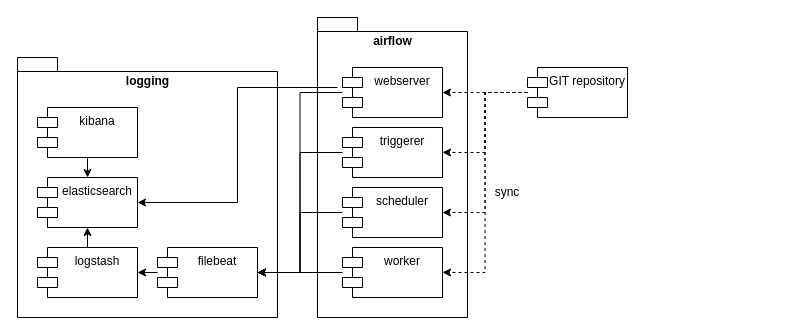
wmeints/mlops-airflow-sample keeps this draw.io diagram as diagrams/deployment-architecture.drawio. Above is the earlier version. Source tidied: cells renumbered, new cells numbered last; positions are measured from the earlier drawing's top-left corner, leaving out a move shared by most shapes. Both pictures are drawn from the tidied source at 100%, with x=0, y=0 at pixel (17, 17).
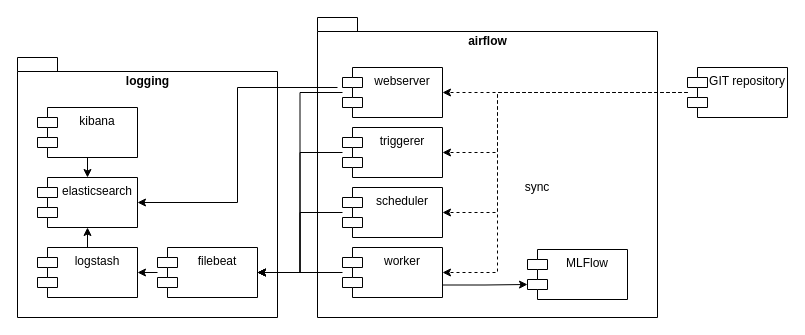
Above is the later version.

Commit message (it also covers changes not shown here):
chore: Update deployment diagram

The change refers to these unchanged cells:
```xml
<mxCell id="9" value="scheduler" style="shape=module;align=left;spacingLeft=20;align=center;verticalAlign=top;" parent="1" vertex="1">
  <mxGeometry x="325" y="170" width="100" height="50" as="geometry" />
</mxCell>
<mxCell id="11" value="triggerer" style="shape=module;align=left;spacingLeft=20;align=center;verticalAlign=top;" parent="1" vertex="1">
  <mxGeometry x="325" y="110" width="100" height="50" as="geometry" />
</mxCell>
<mxCell id="13" value="worker" style="shape=module;align=left;spacingLeft=20;align=center;verticalAlign=top;" parent="1" vertex="1">
  <mxGeometry x="325" y="230" width="100" height="50" as="geometry" />
</mxCell>
```

Change to the diagram source:
```diff
@@
     <mxCell id="7" value="airflow" style="shape=folder;fontStyle=1;spacingTop=10;tabWidth=40;tabHeight=14;tabPosition=left;html=1;horizontal=1;verticalAlign=top;" parent="1" vertex="1">
-      <mxGeometry x="300" width="150" height="300" as="geometry" />
+      <mxGeometry x="300" width="340" height="300" as="geometry" />
     </mxCell>
@@
+    <mxCell id="26" style="edgeStyle=orthogonalEdgeStyle;rounded=0;jettySize=auto;html=1;entryX=0;entryY=0;entryDx=0;entryDy=35;entryPerimeter=0;exitX=1;exitY=0.75;exitDx=0;exitDy=0;" parent="1" edge="1" source="13" target="27">
+      <mxGeometry relative="1" as="geometry" />
+    </mxCell>
@@
     <mxCell id="21" style="edgeStyle=orthogonalEdgeStyle;rounded=0;jettySize=auto;html=1;entryX=1;entryY=0.5;entryDx=0;entryDy=0;dashed=1;" parent="1" edge="1" source="24" target="11">
-      <mxGeometry relative="1" as="geometry" />
+      <mxGeometry relative="1" as="geometry">
+        <Array as="points">
+          <mxPoint x="480" y="75" />
+          <mxPoint x="480" y="135" />
+        </Array>
+      </mxGeometry>
     </mxCell>
     <mxCell id="22" style="edgeStyle=orthogonalEdgeStyle;rounded=0;jettySize=auto;html=1;entryX=1;entryY=0.5;entryDx=0;entryDy=0;dashed=1;" parent="1" edge="1" source="24" target="9">
-      <mxGeometry relative="1" as="geometry" />
+      <mxGeometry relative="1" as="geometry">
+        <Array as="points">
+          <mxPoint x="480" y="75" />
+          <mxPoint x="480" y="195" />
+        </Array>
+      </mxGeometry>
     </mxCell>
     <mxCell id="23" style="edgeStyle=orthogonalEdgeStyle;rounded=0;jettySize=auto;html=1;entryX=1;entryY=0.5;entryDx=0;entryDy=0;dashed=1;" parent="1" edge="1" source="24" target="13">
-      <mxGeometry relative="1" as="geometry" />
+      <mxGeometry relative="1" as="geometry">
+        <Array as="points">
+          <mxPoint x="480" y="75" />
+          <mxPoint x="480" y="255" />
+        </Array>
+      </mxGeometry>
     </mxCell>
     <mxCell id="24" value="GIT repository" style="shape=module;align=left;spacingLeft=20;align=center;verticalAlign=top;" parent="1" vertex="1">
-      <mxGeometry x="510" y="50" width="100" height="50" as="geometry" />
+      <mxGeometry x="670" y="50" width="100" height="50" as="geometry" />
     </mxCell>
     <mxCell id="25" value="sync" style="text;html=1;strokeColor=none;fillColor=none;align=center;verticalAlign=middle;whiteSpace=wrap;rounded=0;" parent="1" vertex="1">
-      <mxGeometry x="460" y="160" width="60" height="30" as="geometry" />
+      <mxGeometry x="490" y="155" width="60" height="30" as="geometry" />
     </mxCell>
+    <mxCell id="27" value="MLFlow" style="shape=module;align=left;spacingLeft=20;align=center;verticalAlign=top;" parent="1" vertex="1">
+      <mxGeometry x="510" y="232" width="100" height="50" as="geometry" />
+    </mxCell>
```
